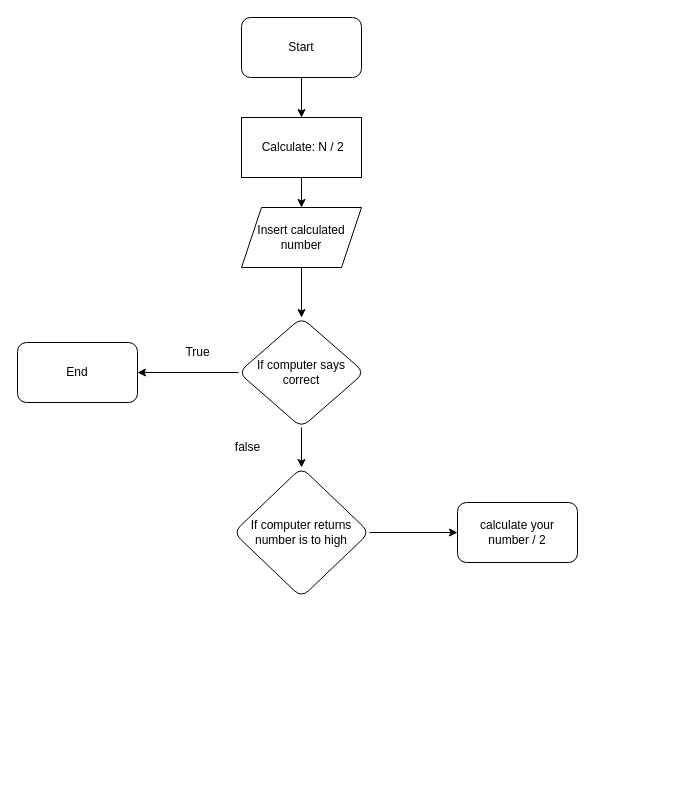
Earlier version of the draw.io diagram Untitled Diagram.drawio (mackilroy007/CF-ADS-Bumberger-Mark). Source tidied: cells renumbered, new cells numbered last; positions are measured from the earlier drawing's top-left corner, leaving out a move shared by most shapes. Both pictures are drawn from the tidied source at 100%, with x=0, y=0 at pixel (17, 17).
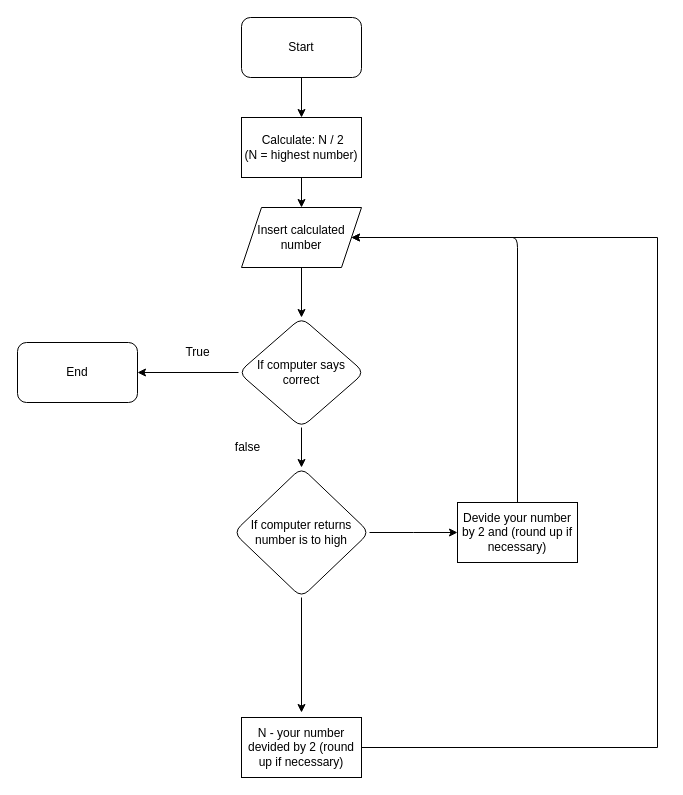
Above is the later version.

Commit message:
Human algorithm Basic.drawio

The change refers to these unchanged cells:
```xml
<mxCell id="10" value="If computer returns number is to high" style="rhombus;whiteSpace=wrap;html=1;rounded=1;" parent="1" vertex="1">
  <mxGeometry x="216" y="450" width="136" height="130" as="geometry" />
</mxCell>
<mxCell id="13" value="Insert calculated number" style="shape=parallelogram;perimeter=parallelogramPerimeter;whiteSpace=wrap;html=1;fixedSize=1;" parent="1" vertex="1">
  <mxGeometry x="224" y="190" width="120" height="60" as="geometry" />
</mxCell>
```

The edit, as a diff of the source:
```diff
@@
-    <mxCell id="9" style="edgeStyle=orthogonalEdgeStyle;rounded=0;jettySize=auto;html=1;" parent="1" edge="1" source="10" target="16">
-      <mxGeometry relative="1" as="geometry" />
+    <mxCell id="9" style="edgeStyle=orthogonalEdgeStyle;rounded=0;jettySize=auto;html=1;" parent="1" edge="1" source="10">
+      <mxGeometry relative="1" as="geometry">
+        <mxPoint x="440" y="515" as="targetPoint" />
+      </mxGeometry>
     </mxCell>
+    <mxCell id="17" style="edgeStyle=orthogonalEdgeStyle;rounded=0;jettySize=auto;html=1;" parent="1" edge="1" source="10">
+      <mxGeometry relative="1" as="geometry">
+        <mxPoint x="284" y="695" as="targetPoint" />
+      </mxGeometry>
+    </mxCell>
@@
-    <mxCell id="15" value="&amp;nbsp;Calculate: N / 2" style="rounded=0;whiteSpace=wrap;html=1;" parent="1" vertex="1">
+    <mxCell id="15" value="&amp;nbsp;Calculate: N / 2 &lt;br&gt;(N = highest number)" style="rounded=0;whiteSpace=wrap;html=1;" parent="1" vertex="1">
       <mxGeometry x="224" y="100" width="120" height="60" as="geometry" />
     </mxCell>
-    <mxCell id="16" value="calculate your number / 2" style="whiteSpace=wrap;html=1;rounded=1;" parent="1" vertex="1">
-      <mxGeometry x="440" y="485" width="120" height="60" as="geometry" />
-    </mxCell>
+    <mxCell id="18" value="Devide your number by 2 and (round up if necessary)" style="rounded=0;whiteSpace=wrap;html=1;" parent="1" vertex="1">
+      <mxGeometry x="440" y="485" width="120" height="60" as="geometry" />
+    </mxCell>
+    <mxCell id="19" style="endArrow=classic;html=1;exitX=0.5;exitY=0;exitDx=0;exitDy=0;entryX=1;entryY=0.5;entryDx=0;entryDy=0;" parent="1" edge="1" source="18" target="13">
+      <mxGeometry relative="1" as="geometry">
+        <Array as="points">
+          <mxPoint x="500" y="220" />
+          <mxPoint x="490" y="220" />
+        </Array>
+      </mxGeometry>
+    </mxCell>
+    <mxCell id="20" style="edgeStyle=orthogonalEdgeStyle;rounded=0;jettySize=auto;html=1;exitX=1;exitY=0.5;exitDx=0;exitDy=0;entryX=1;entryY=0.5;entryDx=0;entryDy=0;" parent="1" edge="1" source="21" target="13">
+      <mxGeometry relative="1" as="geometry">
+        <Array as="points">
+          <mxPoint x="640" y="730" />
+          <mxPoint x="640" y="220" />
+        </Array>
+      </mxGeometry>
+    </mxCell>
+    <mxCell id="21" value="N - your number devided by 2 (round up if necessary)" style="rounded=0;whiteSpace=wrap;html=1;" parent="1" vertex="1">
+      <mxGeometry x="224" y="700" width="120" height="60" as="geometry" />
+    </mxCell>
```
